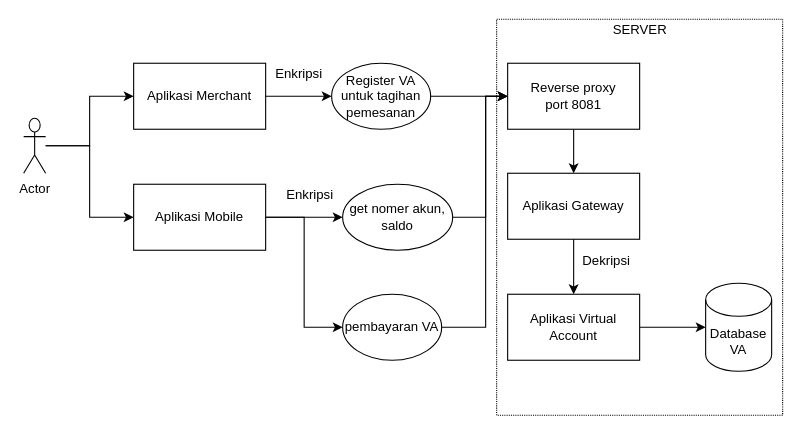
The draw.io diagram alur kerja.drawio in mhmmdihza/TA-DIAGRAM, before the edit. Source tidied: cells renumbered, new cells numbered last; positions are measured from the earlier drawing's top-left corner, leaving out a move shared by most shapes. Both pictures are drawn from the tidied source at 110%, with x=0, y=0 at pixel (23, 19).
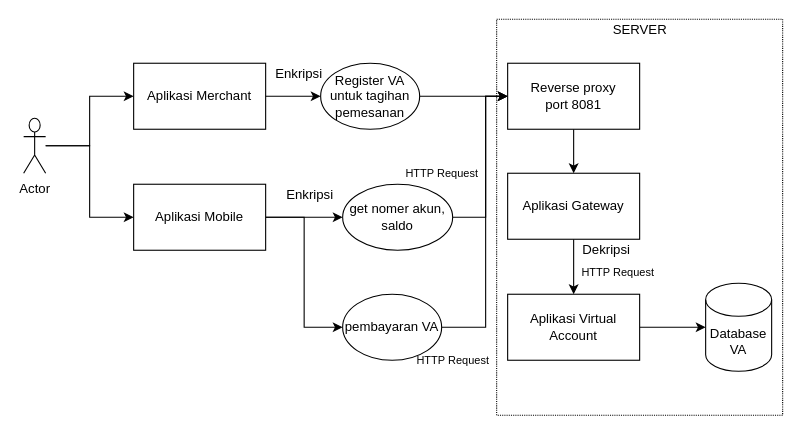
Above is the later version.

Change to the diagram source:
```diff
@@
     <mxCell id="11" value="&lt;span&gt;Register VA untuk tagihan pemesanan&lt;/span&gt;" style="ellipse;whiteSpace=wrap;html=1;" parent="1" vertex="1">
-      <mxGeometry x="280" y="40" width="90" height="60" as="geometry" />
+      <mxGeometry x="270" y="40" width="90" height="60" as="geometry" />
     </mxCell>
@@
     <mxCell id="27" value="Dekripsi" style="text;html=1;strokeColor=none;fillColor=none;align=center;verticalAlign=middle;whiteSpace=wrap;rounded=0;dashed=1;dashPattern=1 1;" parent="1" vertex="1">
-      <mxGeometry x="510" y="210" width="40" height="20" as="geometry" />
+      <mxGeometry x="510" y="200" width="40" height="20" as="geometry" />
     </mxCell>
+    <mxCell id="28" value="&lt;font style=&quot;font-size: 10px&quot;&gt;HTTP Request&lt;/font&gt;" style="text;html=1;align=center;verticalAlign=middle;strokeColor=none;" parent="1" vertex="1">
+      <mxGeometry x="500" y="220" width="80" height="20" as="geometry" />
+    </mxCell>
+    <mxCell id="29" value="&lt;font style=&quot;font-size: 10px&quot;&gt;HTTP Request&lt;/font&gt;" style="text;html=1;align=center;verticalAlign=middle;strokeColor=none;" parent="1" vertex="1">
+      <mxGeometry x="350" y="300" width="80" height="20" as="geometry" />
+    </mxCell>
+    <mxCell id="30" value="&lt;font style=&quot;font-size: 10px&quot;&gt;HTTP Request&lt;/font&gt;" style="text;html=1;align=center;verticalAlign=middle;strokeColor=none;" parent="1" vertex="1">
+      <mxGeometry x="340" y="130" width="80" height="20" as="geometry" />
+    </mxCell>
```
